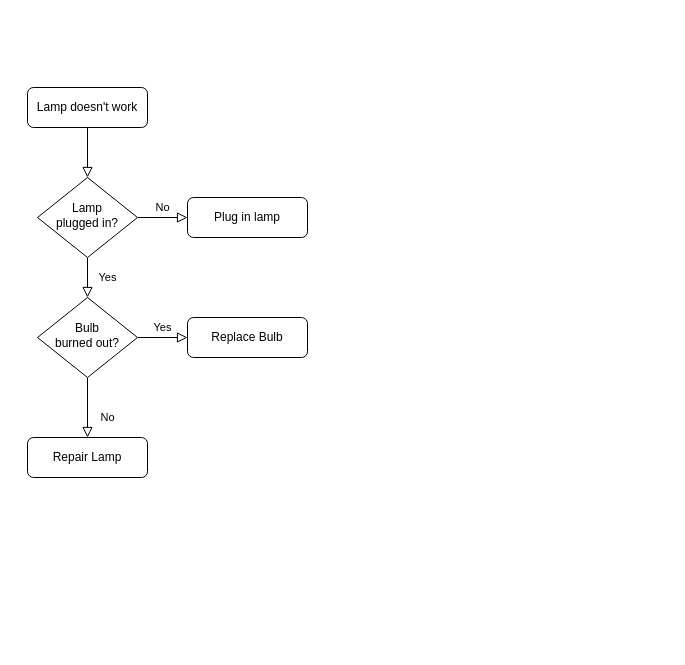
xiao-ni-qiu/for-draw.io keeps this draw.io diagram as draw.io/liucheng.drawio. Above is the earlier version. Source tidied: cells renumbered, new cells numbered last; positions are measured from the earlier drawing's top-left corner, leaving out a move shared by most shapes. Both pictures are drawn from the tidied source at 100%, with x=0, y=0 at pixel (27, 87).
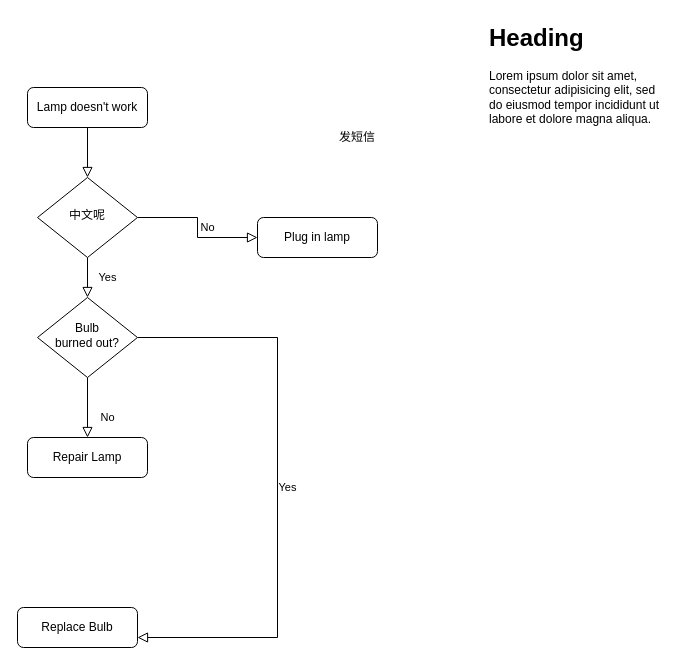
The same diagram, later.

The edit, as a diff of the source:
```diff
@@
 <mxGraphModel>
   <root>
     <mxCell id="0" />
     <mxCell id="1" parent="0" />
     <mxCell id="2" style="rounded=0;html=1;jettySize=auto;fontSize=11;endArrow=block;endFill=0;endSize=8;strokeWidth=1;shadow=0;labelBackgroundColor=none;edgeStyle=orthogonalEdgeStyle;" parent="1" edge="1" source="3" target="6">
       <mxGeometry relative="1" as="geometry" />
     </mxCell>
     <mxCell id="3" value="Lamp doesn't work" style="rounded=1;whiteSpace=wrap;html=1;fontSize=12;glass=0;strokeWidth=1;shadow=0;" parent="1" vertex="1">
       <mxGeometry width="120" height="40" as="geometry" />
     </mxCell>
     <mxCell id="4" value="Yes" style="rounded=0;html=1;jettySize=auto;fontSize=11;endArrow=block;endFill=0;endSize=8;strokeWidth=1;shadow=0;labelBackgroundColor=none;edgeStyle=orthogonalEdgeStyle;" parent="1" edge="1" source="6" target="10">
       <mxGeometry y="20" relative="1" as="geometry" />
     </mxCell>
     <mxCell id="5" value="No" style="edgeStyle=orthogonalEdgeStyle;rounded=0;html=1;jettySize=auto;fontSize=11;endArrow=block;endFill=0;endSize=8;strokeWidth=1;shadow=0;labelBackgroundColor=none;" parent="1" edge="1" source="6" target="7">
       <mxGeometry y="10" relative="1" as="geometry" />
     </mxCell>
-    <mxCell id="6" value="Lamp&lt;br&gt;plugged in?" style="rhombus;whiteSpace=wrap;html=1;shadow=0;fontFamily=Helvetica;fontSize=12;align=center;strokeWidth=1;spacing=6;spacingTop=-4;" parent="1" vertex="1">
+    <mxCell id="6" value="中文呢" style="rhombus;whiteSpace=wrap;html=1;shadow=0;fontFamily=Helvetica;fontSize=12;align=center;strokeWidth=1;spacing=6;spacingTop=-4;" parent="1" vertex="1">
       <mxGeometry x="10" y="90" width="100" height="80" as="geometry" />
     </mxCell>
     <mxCell id="7" value="Plug in lamp" style="rounded=1;whiteSpace=wrap;html=1;fontSize=12;glass=0;strokeWidth=1;shadow=0;" parent="1" vertex="1">
-      <mxGeometry x="160" y="110" width="120" height="40" as="geometry" />
+      <mxGeometry x="230" y="130" width="120" height="40" as="geometry" />
     </mxCell>
     <mxCell id="8" value="No" style="rounded=0;html=1;jettySize=auto;fontSize=11;endArrow=block;endFill=0;endSize=8;strokeWidth=1;shadow=0;labelBackgroundColor=none;edgeStyle=orthogonalEdgeStyle;" parent="1" edge="1" source="10" target="11">
       <mxGeometry x="0.33" y="20" relative="1" as="geometry" />
     </mxCell>
     <mxCell id="9" value="Yes" style="edgeStyle=orthogonalEdgeStyle;rounded=0;html=1;jettySize=auto;fontSize=11;endArrow=block;endFill=0;endSize=8;strokeWidth=1;shadow=0;labelBackgroundColor=none;" parent="1" edge="1" source="10" target="12">
-      <mxGeometry y="10" relative="1" as="geometry" />
+      <mxGeometry y="10" relative="1" as="geometry">
+        <Array as="points">
+          <mxPoint x="250" y="250" />
+          <mxPoint x="250" y="550" />
+        </Array>
+      </mxGeometry>
     </mxCell>
     <mxCell id="10" value="Bulb&lt;br&gt;burned out?" style="rhombus;whiteSpace=wrap;html=1;shadow=0;fontFamily=Helvetica;fontSize=12;align=center;strokeWidth=1;spacing=6;spacingTop=-4;" parent="1" vertex="1">
       <mxGeometry x="10" y="210" width="100" height="80" as="geometry" />
     </mxCell>
     <mxCell id="11" value="Repair Lamp" style="rounded=1;whiteSpace=wrap;html=1;fontSize=12;glass=0;strokeWidth=1;shadow=0;" parent="1" vertex="1">
       <mxGeometry y="350" width="120" height="40" as="geometry" />
     </mxCell>
     <mxCell id="12" value="Replace Bulb" style="rounded=1;whiteSpace=wrap;html=1;fontSize=12;glass=0;strokeWidth=1;shadow=0;" parent="1" vertex="1">
-      <mxGeometry x="160" y="230" width="120" height="40" as="geometry" />
+      <mxGeometry x="-10" y="520" width="120" height="40" as="geometry" />
     </mxCell>
+    <mxCell id="13" value="发短信" style="text;html=1;align=center;verticalAlign=middle;whiteSpace=wrap;rounded=0;" parent="1" vertex="1">
+      <mxGeometry x="290" y="30" width="80" height="40" as="geometry" />
+    </mxCell>
+    <mxCell id="14" value="&lt;h1 style=&quot;margin-top: 0px;&quot;&gt;Heading&lt;/h1&gt;&lt;p&gt;Lorem ipsum dolor sit amet, consectetur adipisicing elit, sed do eiusmod tempor incididunt ut labore et dolore magna aliqua.&lt;/p&gt;" style="text;html=1;whiteSpace=wrap;overflow=hidden;rounded=0;" parent="1" vertex="1">
+      <mxGeometry x="460" y="-70" width="180" height="120" as="geometry" />
+    </mxCell>
   </root>
 </mxGraphModel>
```
